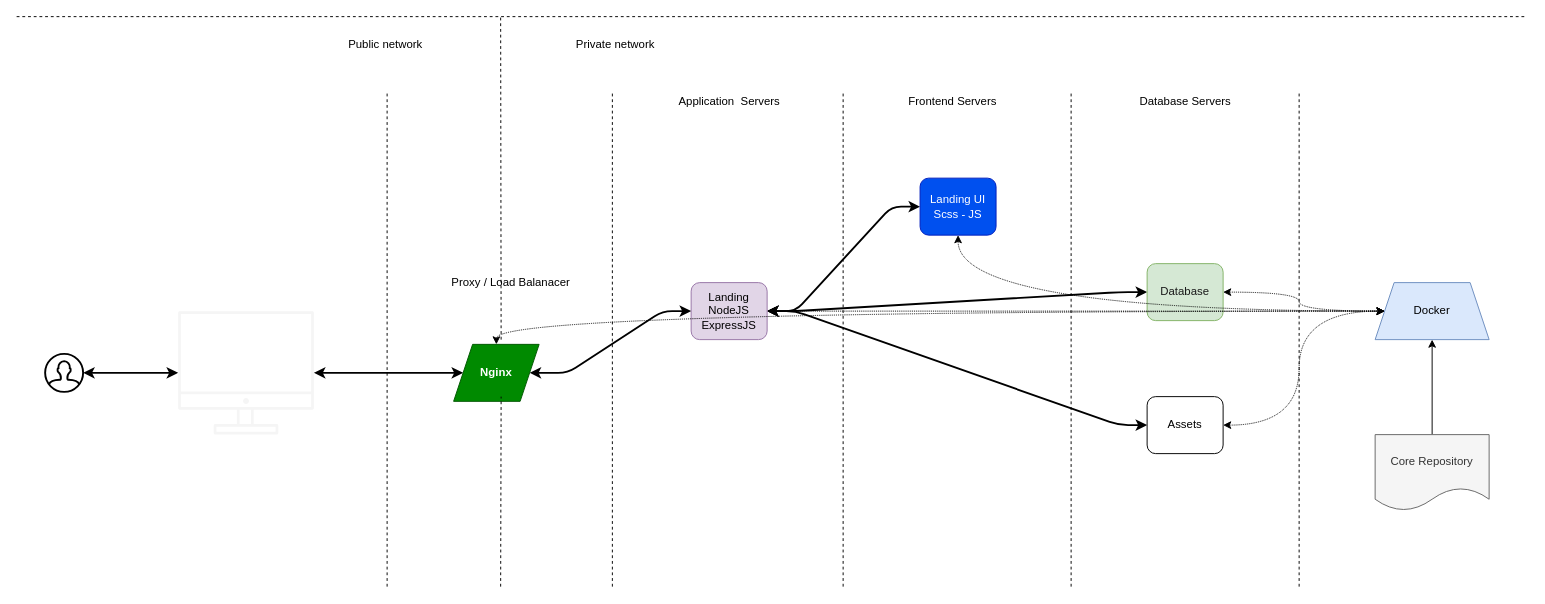
paulAlexSerban/tpl--ejs keeps this draw.io diagram as wiki/architecture.drawio. Above is the earlier version. Source tidied: cells renumbered, new cells numbered last; positions are measured from the earlier drawing's top-left corner, leaving out a move shared by most shapes. Both pictures are drawn from the tidied source at 95%, with x=0, y=0 at pixel (16, 16).
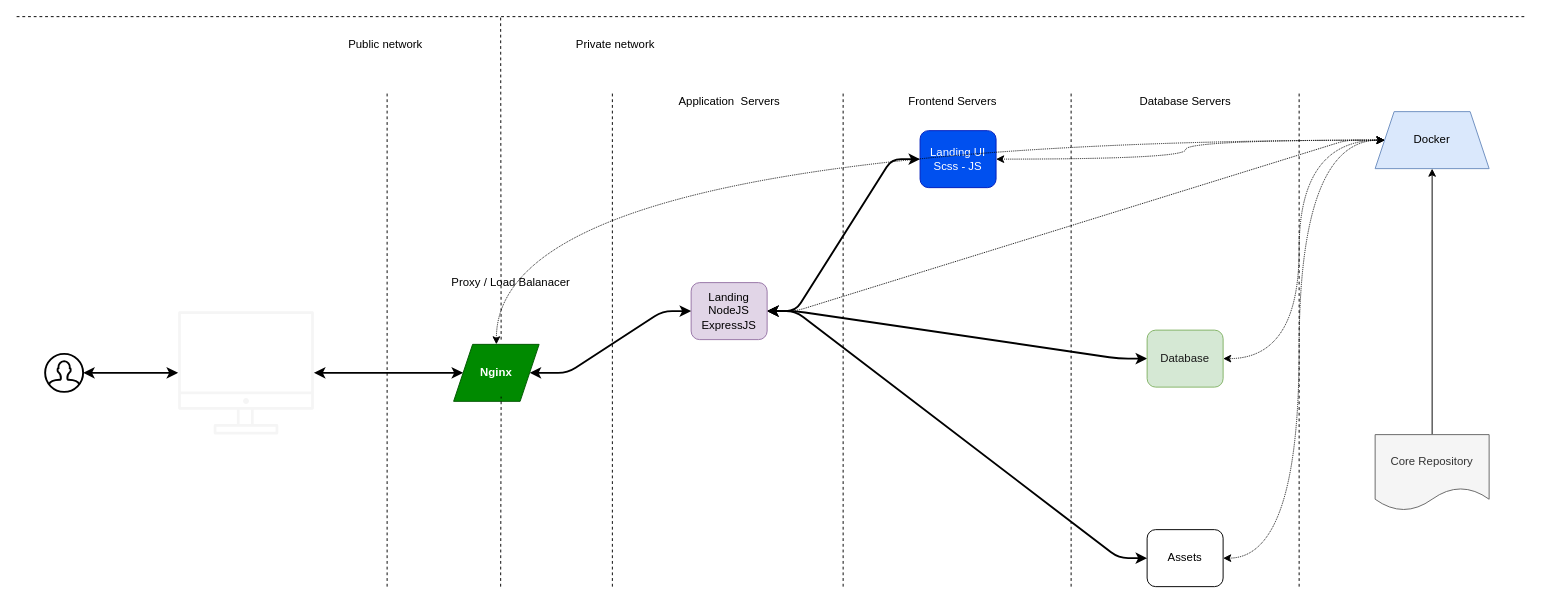
The same page after the edit.

Commit message:
udpated architecture

What changed in the source:
```diff
@@
     <mxCell id="20" value="Database" style="rounded=1;whiteSpace=wrap;html=1;fillColor=#d5e8d4;strokeColor=#82b366;fontColor=#191919;" parent="1" vertex="1">
-      <mxGeometry x="1190" y="260" width="80" height="60" as="geometry" />
+      <mxGeometry x="1190" y="330" width="80" height="60" as="geometry" />
     </mxCell>
     <mxCell id="21" value="Assets" style="rounded=1;whiteSpace=wrap;html=1;" parent="1" vertex="1">
-      <mxGeometry x="1190" y="400" width="80" height="60" as="geometry" />
+      <mxGeometry x="1190" y="540" width="80" height="60" as="geometry" />
     </mxCell>
@@
     <mxCell id="23" value="Landing UI&lt;br&gt;Scss - JS" style="rounded=1;whiteSpace=wrap;html=1;fillColor=#0050ef;fontColor=#ffffff;strokeColor=#001DBC;" parent="1" vertex="1">
-      <mxGeometry x="951" y="170" width="80" height="60" as="geometry" />
+      <mxGeometry x="951" y="120" width="80" height="60" as="geometry" />
     </mxCell>
@@
-    <mxCell id="27" style="edgeStyle=orthogonalEdgeStyle;html=1;entryX=0.5;entryY=1;entryDx=0;entryDy=0;dashed=1;dashPattern=1 1;fontColor=#FFFFFF;startArrow=classic;startFill=1;strokeWidth=1;curved=1;" parent="1" edge="1" source="31" target="23">
+    <mxCell id="27" style="edgeStyle=orthogonalEdgeStyle;html=1;entryX=1;entryY=0.5;entryDx=0;entryDy=0;dashed=1;dashPattern=1 1;fontColor=#FFFFFF;startArrow=classic;startFill=1;strokeWidth=1;curved=1;" parent="1" edge="1" source="31" target="23">
       <mxGeometry relative="1" as="geometry" />
     </mxCell>
@@
     <mxCell id="31" value="Docker" style="shape=trapezoid;perimeter=trapezoidPerimeter;whiteSpace=wrap;html=1;fixedSize=1;fillColor=#dae8fc;strokeColor=#6c8ebf;fontColor=#000000;" parent="1" vertex="1">
-      <mxGeometry x="1430" y="280" width="120" height="60" as="geometry" />
+      <mxGeometry x="1430" y="100" width="120" height="60" as="geometry" />
     </mxCell>
```
